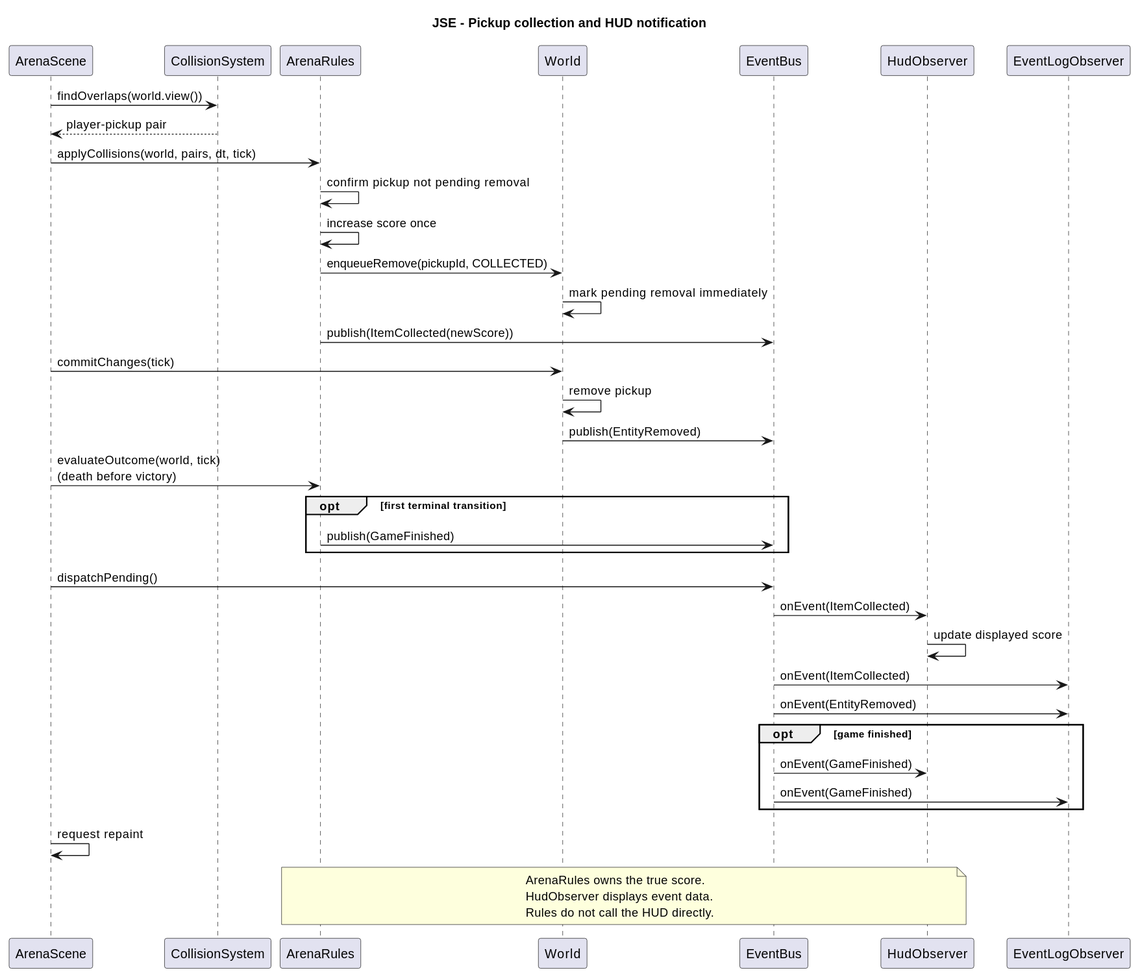
This is docs/uml/rendered/collection-sequence.svg from AlmazCode/JSE, a PlantUML export, as it was before one commit.
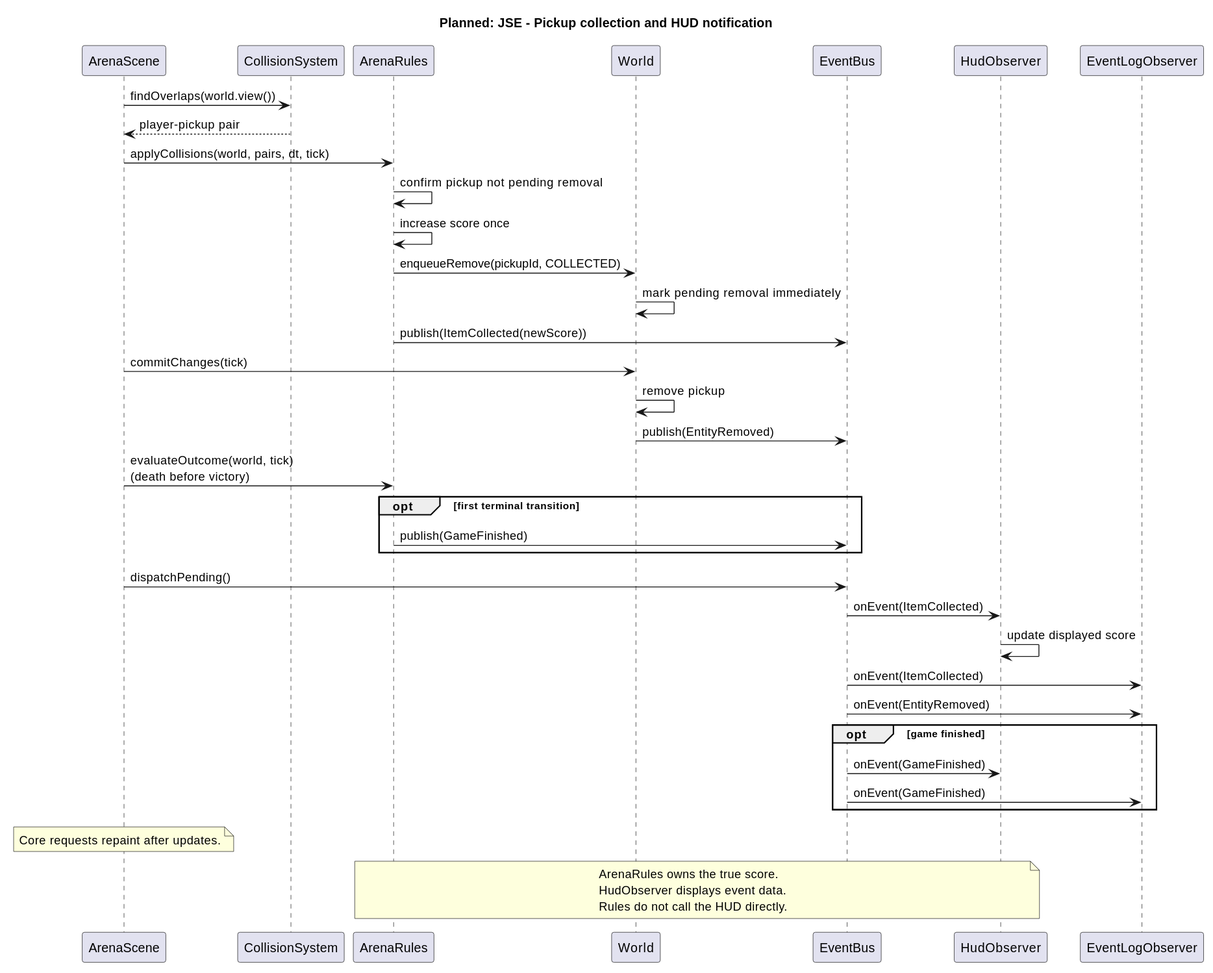
After the change.

Change to the diagram source:
```diff
@@ -1,5 +1,5 @@
 @startuml
-title JSE - Pickup collection and HUD notification
+title Planned: JSE - Pickup collection and HUD notification
 participant ArenaScene as Scene
 participant CollisionSystem as Collision
 participant ArenaRules as Rules
@@ -31,7 +31,9 @@
   Bus -> Hud : onEvent(GameFinished)
   Bus -> Log : onEvent(GameFinished)
 end
-Scene -> Scene : request repaint
+note over Scene
+Core requests repaint after updates.
+end note
 note over Rules,Hud
 ArenaRules owns the true score.
 HudObserver displays event data.
```
